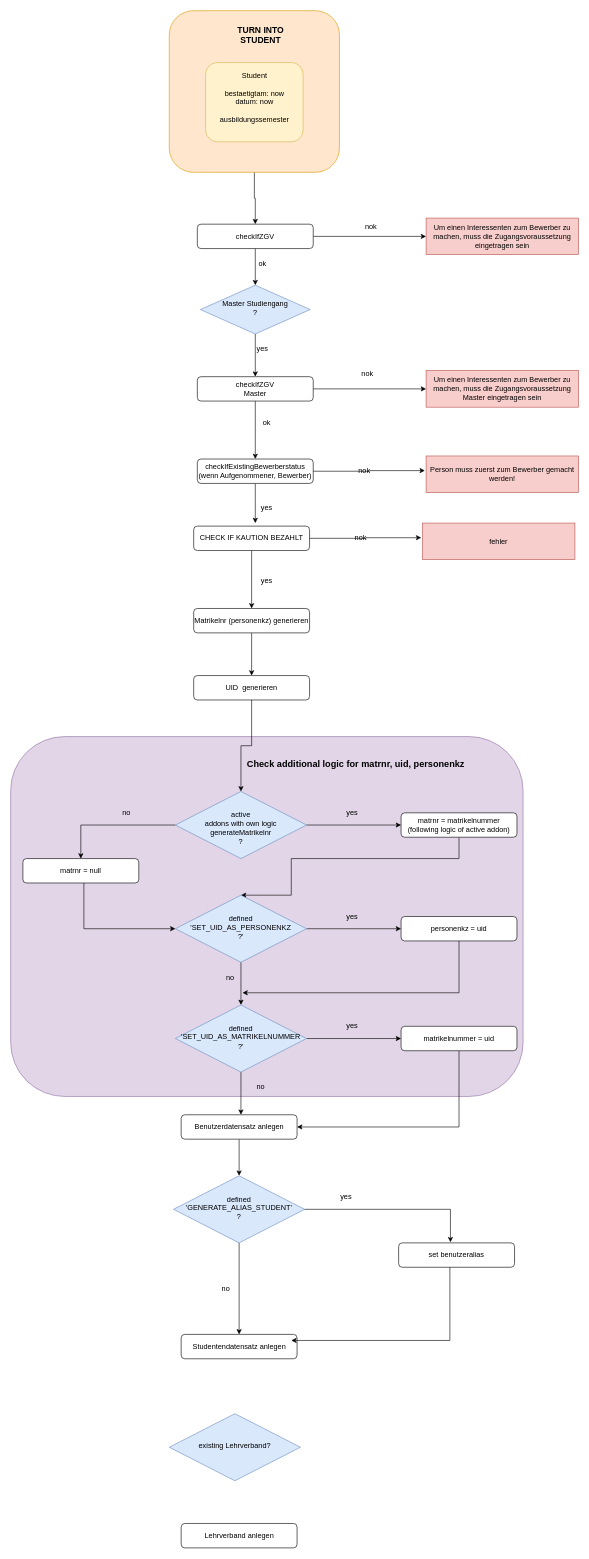
ma0068/GitDoks keeps this draw.io diagram as page "TURN INTO STUDENT" (8 of 11) of StudentRollen.drawio. Above is the earlier version. Source tidied: cells renumbered, new cells numbered last; positions are measured from the earlier drawing's top-left corner, leaving out a move shared by most shapes. Both pictures are drawn from the tidied source at 61%, with x=0, y=0 at pixel (10, 10).
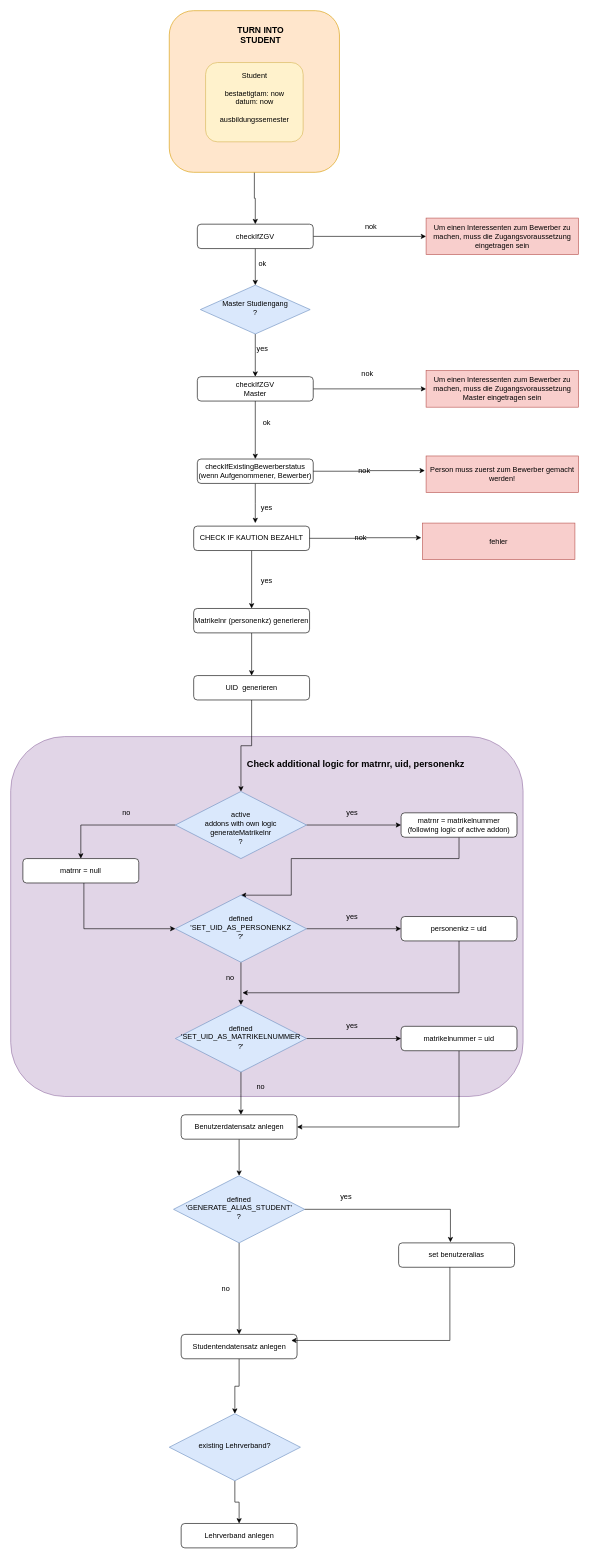
The same page after the edit.

Unchanged cells that the change refers to:
```xml
<mxCell id="67" value="Studentendatensatz anlegen" style="rounded=1;whiteSpace=wrap;html=1;fontSize=12;glass=0;strokeWidth=1;shadow=0;" parent="1" vertex="1">
  <mxGeometry x="279.5" y="2170" width="190" height="40" as="geometry" />
</mxCell>
<mxCell id="72" value="existing Lehrverband?" style="rhombus;whiteSpace=wrap;html=1;shadow=0;fontFamily=Helvetica;fontSize=12;align=center;strokeWidth=1;spacing=6;spacingTop=-4;fillColor=#dae8fc;strokeColor=#6c8ebf;" parent="1" vertex="1">
  <mxGeometry x="260" y="2300" width="215" height="110" as="geometry" />
</mxCell>
<mxCell id="73" value="Lehrverband anlegen" style="rounded=1;whiteSpace=wrap;html=1;fontSize=12;glass=0;strokeWidth=1;shadow=0;" parent="1" vertex="1">
  <mxGeometry x="279.5" y="2480" width="190" height="40" as="geometry" />
</mxCell>
```

Change to the diagram source:
```diff
@@
+    <mxCell id="74" style="edgeStyle=orthogonalEdgeStyle;rounded=0;jettySize=auto;html=1;entryX=0.5;entryY=0;entryDx=0;entryDy=0;" parent="1" edge="1" source="67" target="72">
+      <mxGeometry relative="1" as="geometry" />
+    </mxCell>
@@
+    <mxCell id="75" style="edgeStyle=orthogonalEdgeStyle;rounded=0;jettySize=auto;html=1;entryX=0.5;entryY=0;entryDx=0;entryDy=0;" parent="1" edge="1" source="72" target="73">
+      <mxGeometry relative="1" as="geometry" />
+    </mxCell>
```
